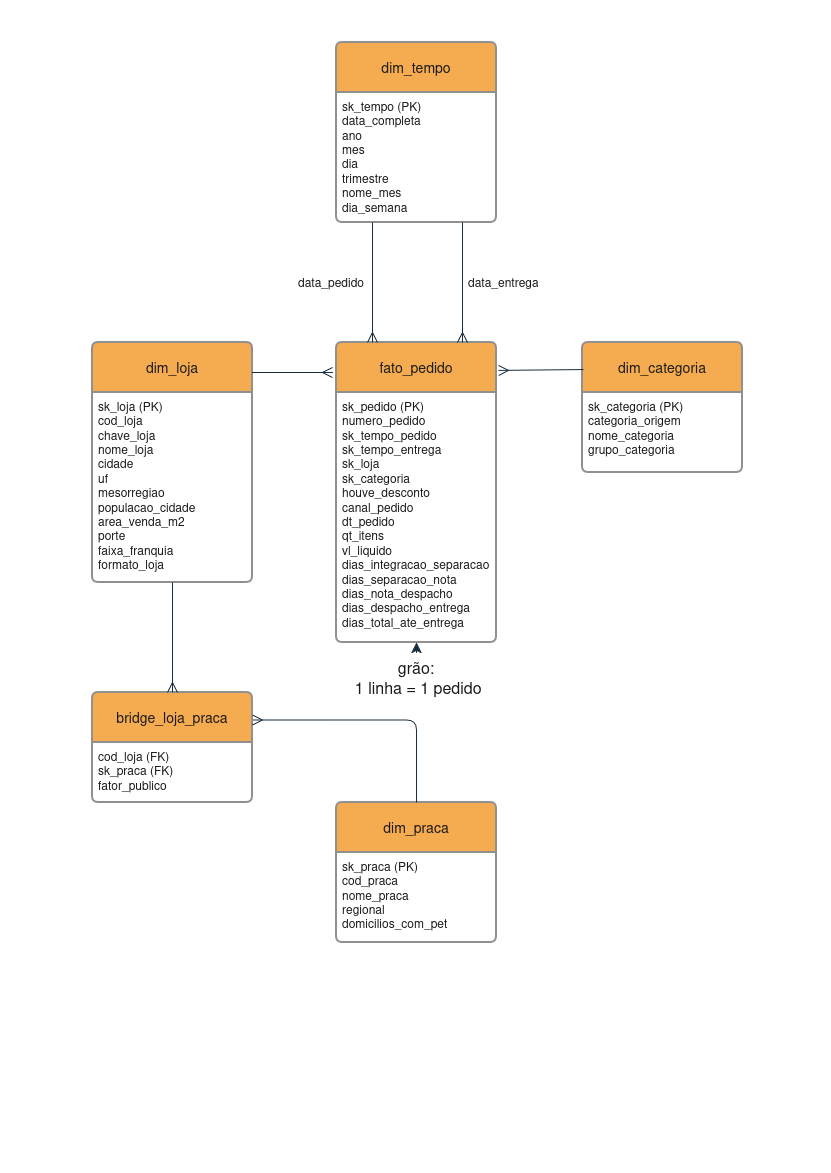
Before: diagrama/modelo_estrela.png, a diagram exported from draw.io (rodrigomaduell/pata-amiga-data-warehouse). Source tidied: cells renumbered, new cells last; positions are measured from the earlier drawing's top-left corner, leaving out a move shared by most shapes.
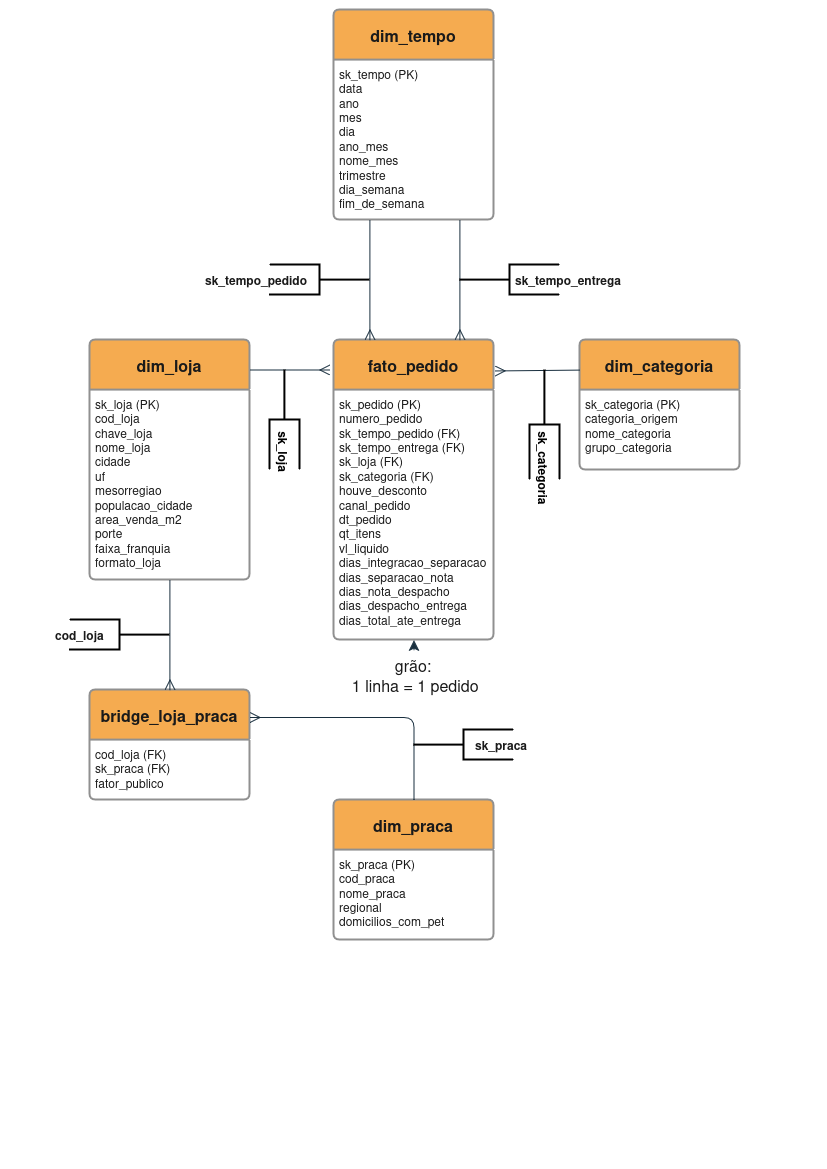
The same diagram one commit later.

Commit message:
docs: atualiza imagem no README

Change to the diagram source:
```diff
@@ -2,10 +2,10 @@
   <root>
     <mxCell id="0" />
     <mxCell id="1" parent="0" />
-    <mxCell id="2" value="fato_pedido" style="swimlane;horizontal=1;startSize=50;rounded=1;fontSize=14;fontStyle=0;strokeWidth=2;shadow=0;dashed=0;align=center;arcSize=4;whiteSpace=wrap;html=1;labelBackgroundColor=none;fillColor=#F5AB50;strokeColor=#909090;fontColor=#1A1A1A;" parent="1" vertex="1">
+    <mxCell id="2" value="&lt;font style=&quot;font-size: 16px;&quot;&gt;&lt;b&gt;fato_pedido&lt;/b&gt;&lt;/font&gt;" style="swimlane;horizontal=1;startSize=50;rounded=1;fontSize=14;fontStyle=0;strokeWidth=2;shadow=0;dashed=0;align=center;arcSize=4;whiteSpace=wrap;html=1;labelBackgroundColor=none;fillColor=#F5AB50;strokeColor=#909090;fontColor=#1A1A1A;" parent="1" vertex="1">
       <mxGeometry x="244" y="300" width="160" height="300" as="geometry" />
     </mxCell>
-    <mxCell id="3" value="&lt;div&gt;sk_pedido (PK)&lt;/div&gt;&lt;div&gt;numero_pedido&lt;/div&gt;&lt;div&gt;sk_tempo_pedido&lt;/div&gt;&lt;div&gt;sk_tempo_entrega&lt;/div&gt;&lt;div&gt;sk_loja&lt;/div&gt;&lt;div&gt;sk_categoria&lt;/div&gt;&lt;div&gt;houve_desconto&lt;/div&gt;&lt;div&gt;canal_pedido&lt;/div&gt;&lt;div&gt;dt_pedido&lt;/div&gt;&lt;div&gt;qt_itens&lt;/div&gt;&lt;div&gt;vl_liquido&lt;/div&gt;&lt;div&gt;dias_integracao_separacao&lt;/div&gt;&lt;div&gt;dias_separacao_nota&lt;/div&gt;&lt;div&gt;dias_nota_despacho&lt;/div&gt;&lt;div&gt;dias_despacho_entrega&lt;/div&gt;&lt;div&gt;dias_total_ate_entrega&lt;/div&gt;&lt;div&gt;&lt;br&gt;&lt;/div&gt;" style="align=left;strokeColor=none;fillColor=none;spacingLeft=4;spacingRight=4;fontSize=12;verticalAlign=top;html=1;whiteSpace=wrap;labelBackgroundColor=none;fontColor=#1A1A1A;rounded=1;" parent="2" vertex="1">
+    <mxCell id="3" value="&lt;div&gt;sk_pedido (PK)&lt;/div&gt;&lt;div&gt;numero_pedido&lt;/div&gt;&lt;div&gt;sk_tempo_pedido (FK)&lt;/div&gt;&lt;div&gt;sk_tempo_entrega (FK)&lt;/div&gt;&lt;div&gt;sk_loja (FK)&lt;/div&gt;&lt;div&gt;sk_categoria (FK)&lt;/div&gt;&lt;div&gt;houve_desconto&lt;/div&gt;&lt;div&gt;canal_pedido&lt;/div&gt;&lt;div&gt;dt_pedido&lt;/div&gt;&lt;div&gt;qt_itens&lt;/div&gt;&lt;div&gt;vl_liquido&lt;/div&gt;&lt;div&gt;dias_integracao_separacao&lt;/div&gt;&lt;div&gt;dias_separacao_nota&lt;/div&gt;&lt;div&gt;dias_nota_despacho&lt;/div&gt;&lt;div&gt;dias_despacho_entrega&lt;/div&gt;&lt;div&gt;dias_total_ate_entrega&lt;/div&gt;&lt;div&gt;&lt;br&gt;&lt;/div&gt;" style="align=left;strokeColor=none;fillColor=none;spacingLeft=4;spacingRight=4;fontSize=12;verticalAlign=top;html=1;whiteSpace=wrap;labelBackgroundColor=none;fontColor=#1A1A1A;rounded=1;" parent="2" vertex="1">
       <mxGeometry y="50" width="160" height="250" as="geometry" />
     </mxCell>
     <mxCell id="4" style="edgeStyle=none;curved=1;rounded=1;orthogonalLoop=1;jettySize=auto;html=1;exitX=0.5;exitY=1;exitDx=0;exitDy=0;fontSize=12;startSize=8;endSize=8;labelBackgroundColor=none;strokeColor=#182E3E;fontColor=default;" parent="2" edge="1" source="3" target="3">
@@ -14,31 +14,31 @@
     <mxCell id="5" style="edgeStyle=none;curved=1;rounded=1;orthogonalLoop=1;jettySize=auto;html=1;exitX=0.25;exitY=1;exitDx=0;exitDy=0;fontSize=12;startSize=8;endSize=8;labelBackgroundColor=none;strokeColor=#182E3E;fontColor=default;" parent="2" edge="1" source="3" target="3">
       <mxGeometry relative="1" as="geometry" />
     </mxCell>
-    <mxCell id="6" value="dim_tempo" style="swimlane;horizontal=1;startSize=50;rounded=1;fontSize=14;fontStyle=0;strokeWidth=2;shadow=0;dashed=0;align=center;arcSize=4;whiteSpace=wrap;html=1;labelBackgroundColor=none;fillColor=#F5AB50;strokeColor=#909090;fontColor=#1A1A1A;" parent="1" vertex="1">
-      <mxGeometry x="244" width="160" height="180" as="geometry" />
+    <mxCell id="6" value="&lt;font style=&quot;font-size: 16px;&quot;&gt;&lt;b&gt;dim_tempo&lt;/b&gt;&lt;/font&gt;" style="swimlane;horizontal=1;startSize=50;rounded=1;fontSize=14;fontStyle=0;strokeWidth=2;shadow=0;dashed=0;align=center;arcSize=4;whiteSpace=wrap;html=1;labelBackgroundColor=none;fillColor=#F5AB50;strokeColor=#909090;fontColor=#1A1A1A;" parent="1" vertex="1">
+      <mxGeometry x="244" y="-30" width="160" height="210" as="geometry" />
     </mxCell>
-    <mxCell id="7" value="&lt;div&gt;sk_tempo (PK)&lt;/div&gt;&lt;div&gt;data_completa&lt;/div&gt;&lt;div&gt;ano&lt;/div&gt;&lt;div&gt;mes&lt;/div&gt;&lt;div&gt;dia&lt;/div&gt;&lt;div&gt;trimestre&lt;/div&gt;&lt;div&gt;nome_mes&lt;/div&gt;&lt;div&gt;dia_semana&lt;/div&gt;" style="align=left;strokeColor=none;fillColor=none;spacingLeft=4;spacingRight=4;fontSize=12;verticalAlign=top;html=1;whiteSpace=wrap;labelBackgroundColor=none;fontColor=#1A1A1A;rounded=1;" parent="6" vertex="1">
-      <mxGeometry y="50" width="160" height="130" as="geometry" />
+    <mxCell id="7" value="&lt;div&gt;sk_tempo (PK)&lt;/div&gt;&lt;div&gt;data&lt;/div&gt;&lt;div&gt;ano&lt;/div&gt;&lt;div&gt;mes&lt;/div&gt;&lt;div&gt;dia&lt;/div&gt;&lt;div&gt;ano_mes&lt;/div&gt;&lt;div&gt;nome_mes&lt;/div&gt;&lt;div&gt;trimestre&lt;/div&gt;&lt;div&gt;dia_semana&lt;/div&gt;&lt;div&gt;fim_de_semana&lt;/div&gt;&lt;div&gt;&lt;br&gt;&lt;/div&gt;" style="align=left;strokeColor=none;fillColor=none;spacingLeft=4;spacingRight=4;fontSize=12;verticalAlign=top;html=1;whiteSpace=wrap;labelBackgroundColor=none;fontColor=#1A1A1A;rounded=1;" parent="6" vertex="1">
+      <mxGeometry y="50" width="160" height="160" as="geometry" />
     </mxCell>
-    <mxCell id="8" value="dim_loja" style="swimlane;horizontal=1;startSize=50;rounded=1;fontSize=14;fontStyle=0;strokeWidth=2;shadow=0;dashed=0;align=center;arcSize=4;whiteSpace=wrap;html=1;labelBackgroundColor=none;fillColor=#F5AB50;strokeColor=#909090;fontColor=#1A1A1A;" parent="1" vertex="1">
+    <mxCell id="8" value="&lt;font style=&quot;font-size: 16px;&quot;&gt;&lt;b&gt;dim_loja&lt;/b&gt;&lt;/font&gt;" style="swimlane;horizontal=1;startSize=50;rounded=1;fontSize=14;fontStyle=0;strokeWidth=2;shadow=0;dashed=0;align=center;arcSize=4;whiteSpace=wrap;html=1;labelBackgroundColor=none;fillColor=#F5AB50;strokeColor=#909090;fontColor=#1A1A1A;" parent="1" vertex="1">
       <mxGeometry y="300" width="160" height="240" as="geometry" />
     </mxCell>
     <mxCell id="9" value="&lt;div&gt;sk_loja (PK)&lt;/div&gt;&lt;div&gt;cod_loja&lt;/div&gt;&lt;div&gt;chave_loja&lt;/div&gt;&lt;div&gt;nome_loja&lt;/div&gt;&lt;div&gt;cidade&lt;/div&gt;&lt;div&gt;uf&lt;/div&gt;&lt;div&gt;mesorregiao&lt;/div&gt;&lt;div&gt;populacao_cidade&lt;/div&gt;&lt;div&gt;area_venda_m2&lt;/div&gt;&lt;div&gt;porte&lt;/div&gt;&lt;div&gt;faixa_franquia&lt;/div&gt;&lt;div&gt;formato_loja&lt;/div&gt;" style="align=left;strokeColor=none;fillColor=none;spacingLeft=4;spacingRight=4;fontSize=12;verticalAlign=top;html=1;whiteSpace=wrap;labelBackgroundColor=none;fontColor=#1A1A1A;rounded=1;" parent="8" vertex="1">
       <mxGeometry y="50" width="160" height="190" as="geometry" />
     </mxCell>
-    <mxCell id="10" value="dim_categoria" style="swimlane;horizontal=1;startSize=50;rounded=1;fontSize=14;fontStyle=0;strokeWidth=2;shadow=0;dashed=0;align=center;arcSize=4;whiteSpace=wrap;html=1;labelBackgroundColor=none;fillColor=#F5AB50;strokeColor=#909090;fontColor=#1A1A1A;" parent="1" vertex="1">
+    <mxCell id="10" value="&lt;font style=&quot;font-size: 16px;&quot;&gt;&lt;b&gt;dim_categoria&lt;/b&gt;&lt;/font&gt;" style="swimlane;horizontal=1;startSize=50;rounded=1;fontSize=14;fontStyle=0;strokeWidth=2;shadow=0;dashed=0;align=center;arcSize=4;whiteSpace=wrap;html=1;labelBackgroundColor=none;fillColor=#F5AB50;strokeColor=#909090;fontColor=#1A1A1A;" parent="1" vertex="1">
       <mxGeometry x="490" y="300" width="160" height="130" as="geometry" />
     </mxCell>
     <mxCell id="11" value="&lt;div&gt;sk_categoria (PK)&lt;/div&gt;&lt;div&gt;categoria_origem&lt;/div&gt;&lt;div&gt;nome_categoria&lt;/div&gt;&lt;div&gt;grupo_categoria&lt;/div&gt;" style="align=left;strokeColor=none;fillColor=none;spacingLeft=4;spacingRight=4;fontSize=12;verticalAlign=top;html=1;whiteSpace=wrap;labelBackgroundColor=none;fontColor=#1A1A1A;rounded=1;" parent="10" vertex="1">
       <mxGeometry y="50" width="160" height="80" as="geometry" />
     </mxCell>
-    <mxCell id="12" value="dim_praca" style="swimlane;horizontal=1;startSize=50;rounded=1;fontSize=14;fontStyle=0;strokeWidth=2;shadow=0;dashed=0;align=center;arcSize=4;whiteSpace=wrap;html=1;labelBackgroundColor=none;fillColor=#F5AB50;strokeColor=#909090;fontColor=#1A1A1A;" parent="1" vertex="1">
+    <mxCell id="12" value="&lt;font style=&quot;font-size: 16px;&quot;&gt;&lt;b&gt;dim_praca&lt;/b&gt;&lt;/font&gt;" style="swimlane;horizontal=1;startSize=50;rounded=1;fontSize=14;fontStyle=0;strokeWidth=2;shadow=0;dashed=0;align=center;arcSize=4;whiteSpace=wrap;html=1;labelBackgroundColor=none;fillColor=#F5AB50;strokeColor=#909090;fontColor=#1A1A1A;" parent="1" vertex="1">
       <mxGeometry x="244" y="760" width="160" height="140" as="geometry" />
     </mxCell>
     <mxCell id="13" value="&lt;div&gt;sk_praca (PK)&lt;/div&gt;&lt;div&gt;cod_praca&lt;/div&gt;&lt;div&gt;nome_praca&lt;/div&gt;&lt;div&gt;regional&lt;/div&gt;&lt;div&gt;domicilios_com_pet&lt;/div&gt;" style="align=left;strokeColor=none;fillColor=none;spacingLeft=4;spacingRight=4;fontSize=12;verticalAlign=top;html=1;whiteSpace=wrap;labelBackgroundColor=none;fontColor=#1A1A1A;rounded=1;" parent="12" vertex="1">
       <mxGeometry y="50" width="160" height="90" as="geometry" />
     </mxCell>
-    <mxCell id="14" value="bridge_loja_praca" style="swimlane;horizontal=1;startSize=50;rounded=1;fontSize=14;fontStyle=0;strokeWidth=2;shadow=0;dashed=0;align=center;arcSize=4;whiteSpace=wrap;html=1;labelBackgroundColor=none;fillColor=#F5AB50;strokeColor=#909090;fontColor=#1A1A1A;" parent="1" vertex="1">
+    <mxCell id="14" value="&lt;font style=&quot;font-size: 16px;&quot;&gt;&lt;b&gt;bridge_loja_praca&lt;/b&gt;&lt;/font&gt;" style="swimlane;horizontal=1;startSize=50;rounded=1;fontSize=14;fontStyle=0;strokeWidth=2;shadow=0;dashed=0;align=center;arcSize=4;whiteSpace=wrap;html=1;labelBackgroundColor=none;fillColor=#F5AB50;strokeColor=#909090;fontColor=#1A1A1A;" parent="1" vertex="1">
       <mxGeometry y="650" width="160" height="110" as="geometry" />
     </mxCell>
     <mxCell id="15" value="&lt;div&gt;cod_loja (FK)&lt;/div&gt;&lt;div&gt;sk_praca (FK)&lt;/div&gt;&lt;div&gt;fator_publico&lt;/div&gt;" style="align=left;strokeColor=none;fillColor=none;spacingLeft=4;spacingRight=4;fontSize=12;verticalAlign=top;html=1;whiteSpace=wrap;labelBackgroundColor=none;fontColor=#1A1A1A;rounded=1;" parent="14" vertex="1">
@@ -62,21 +62,21 @@
         <mxPoint x="280" y="300" as="targetPoint" />
       </mxGeometry>
     </mxCell>
-    <mxCell id="19" style="fontSize=12;html=1;endArrow=ERmany;rounded=1;startSize=8;endSize=8;entryX=1.013;entryY=0.093;entryDx=0;entryDy=0;entryPerimeter=0;exitX=0.006;exitY=0.208;exitDx=0;exitDy=0;exitPerimeter=0;labelBackgroundColor=none;strokeColor=#182E3E;fontColor=default;" parent="1" edge="1" source="10" target="2">
-      <mxGeometry relative="1" as="geometry" />
+    <mxCell id="19" style="fontSize=12;html=1;endArrow=ERmany;rounded=1;startSize=8;endSize=8;entryX=1.013;entryY=0.093;entryDx=0;entryDy=0;entryPerimeter=0;exitX=0.006;exitY=0.208;exitDx=0;exitDy=0;exitPerimeter=0;labelBackgroundColor=none;strokeColor=#182E3E;fontColor=default;" parent="1" edge="1">
+      <mxGeometry relative="1" as="geometry">
+        <mxPoint x="490" y="330" as="sourcePoint" />
+        <mxPoint x="405.1" y="330.9" as="targetPoint" />
+      </mxGeometry>
     </mxCell>
     <mxCell id="20" style="fontSize=12;html=1;endArrow=ERmany;rounded=1;startSize=8;endSize=8;exitX=0.5;exitY=1;exitDx=0;exitDy=0;entryX=0.5;entryY=0;entryDx=0;entryDy=0;labelBackgroundColor=none;strokeColor=#182E3E;fontColor=default;" parent="1" edge="1" source="9" target="14">
       <mxGeometry relative="1" as="geometry" />
     </mxCell>
-    <mxCell id="21" value="data_pedido" style="text;strokeColor=none;fillColor=none;align=left;verticalAlign=middle;spacingLeft=4;spacingRight=4;overflow=hidden;whiteSpace=wrap;html=1;labelBackgroundColor=none;fontColor=#1A1A1A;rounded=1;" parent="1" vertex="1">
-      <mxGeometry x="200" y="230" width="80" height="20" as="geometry" />
+    <mxCell id="21" value="&lt;div&gt;sk_tempo_pedido&lt;/div&gt;" style="text;strokeColor=none;fillColor=none;align=left;verticalAlign=middle;spacingLeft=4;spacingRight=4;overflow=hidden;whiteSpace=wrap;html=1;labelBackgroundColor=none;fontColor=#1A1A1A;rounded=1;fontStyle=1;" parent="1" vertex="1">
+      <mxGeometry x="110" y="230" width="120" height="20" as="geometry" />
     </mxCell>
-    <mxCell id="22" value="data_entrega" style="text;strokeColor=none;fillColor=none;align=left;verticalAlign=middle;spacingLeft=4;spacingRight=4;overflow=hidden;whiteSpace=wrap;html=1;labelBackgroundColor=none;fontColor=#1A1A1A;rounded=1;" parent="1" vertex="1">
-      <mxGeometry x="370" y="225" width="80" height="30" as="geometry" />
+    <mxCell id="22" value="sk_tempo_entrega" style="text;strokeColor=none;fillColor=none;align=left;verticalAlign=middle;spacingLeft=4;spacingRight=4;overflow=hidden;whiteSpace=wrap;html=1;labelBackgroundColor=none;fontColor=#1A1A1A;rounded=1;strokeWidth=1;fontStyle=1;" parent="1" vertex="1">
+      <mxGeometry x="420" y="225" width="120" height="30" as="geometry" />
     </mxCell>
-    <mxCell id="23" style="fontSize=12;html=1;endArrow=ERmany;rounded=1;startSize=8;endSize=8;exitX=0.5;exitY=0;exitDx=0;exitDy=0;entryX=1;entryY=0.25;entryDx=0;entryDy=0;edgeStyle=orthogonalEdgeStyle;labelBackgroundColor=none;strokeColor=#182E3E;fontColor=default;" parent="1" edge="1" source="12" target="14">
-      <mxGeometry relative="1" as="geometry" />
-    </mxCell>
     <mxCell id="24" style="edgeStyle=none;curved=1;rounded=1;jettySize=auto;html=1;entryX=0.5;entryY=1;entryDx=0;entryDy=0;fontSize=12;startSize=8;endSize=8;labelBackgroundColor=none;strokeColor=#182E3E;fontColor=default;" parent="1" edge="1" source="25" target="3">
       <mxGeometry relative="1" as="geometry" />
     </mxCell>
@@ -86,5 +86,38 @@
     <mxCell id="26" style="edgeStyle=none;curved=1;rounded=1;orthogonalLoop=1;jettySize=auto;html=1;entryX=0.5;entryY=0;entryDx=0;entryDy=0;fontSize=12;startSize=8;endSize=8;labelBackgroundColor=none;strokeColor=#182E3E;fontColor=default;" parent="1" edge="1" source="25" target="25">
       <mxGeometry relative="1" as="geometry" />
     </mxCell>
+    <mxCell id="23" style="fontSize=12;html=1;endArrow=ERmany;rounded=1;startSize=8;endSize=8;exitX=0.5;exitY=0;exitDx=0;exitDy=0;entryX=1;entryY=0.25;entryDx=0;entryDy=0;labelBackgroundColor=none;strokeColor=#182E3E;fontColor=default;edgeStyle=orthogonalEdgeStyle;" parent="1" edge="1" source="12" target="14">
+      <mxGeometry relative="1" as="geometry" />
+    </mxCell>
+    <mxCell id="27" style="strokeWidth=2;html=1;shape=mxgraph.flowchart.annotation_2;align=left;labelPosition=right;" parent="1" vertex="1">
+      <mxGeometry x="370" y="225" width="100" height="30" as="geometry" />
+    </mxCell>
+    <mxCell id="28" style="strokeWidth=2;html=1;shape=mxgraph.flowchart.annotation_2;align=left;labelPosition=right;rotation=-180;" parent="1" vertex="1">
+      <mxGeometry x="180" y="225" width="100" height="30" as="geometry" />
+    </mxCell>
+    <mxCell id="29" style="strokeWidth=2;html=1;shape=mxgraph.flowchart.annotation_2;align=left;labelPosition=right;rotation=90;" parent="1" vertex="1">
+      <mxGeometry x="145" y="365" width="100" height="30" as="geometry" />
+    </mxCell>
+    <mxCell id="30" value="&lt;div align=&quot;left&quot;&gt;&lt;font&gt;sk_loja&lt;/font&gt;&lt;/div&gt;" style="text;html=1;whiteSpace=wrap;strokeColor=none;fillColor=none;align=left;verticalAlign=middle;rounded=0;fontSize=12;rotation=90;fontStyle=1;" parent="1" vertex="1">
+      <mxGeometry x="165" y="405" width="60" height="30" as="geometry" />
+    </mxCell>
+    <mxCell id="31" style="strokeWidth=2;html=1;shape=mxgraph.flowchart.annotation_2;align=left;labelPosition=right;rotation=90;" parent="1" vertex="1">
+      <mxGeometry x="400" y="370" width="110" height="30" as="geometry" />
+    </mxCell>
+    <mxCell id="32" value="sk_categoria" style="text;html=1;whiteSpace=wrap;strokeColor=none;fillColor=none;align=left;verticalAlign=middle;rounded=0;fontSize=12;rotation=90;fontStyle=1;" parent="1" vertex="1">
+      <mxGeometry x="415" y="415" width="80" height="30" as="geometry" />
+    </mxCell>
+    <mxCell id="33" style="strokeWidth=2;html=1;shape=mxgraph.flowchart.annotation_2;align=left;labelPosition=right;rotation=-180;" parent="1" vertex="1">
+      <mxGeometry x="-20" y="580" width="100" height="30" as="geometry" />
+    </mxCell>
+    <mxCell id="34" value="cod_loja" style="text;strokeColor=none;fillColor=none;align=left;verticalAlign=middle;spacingLeft=4;spacingRight=4;overflow=hidden;whiteSpace=wrap;html=1;labelBackgroundColor=none;fontColor=#1A1A1A;rounded=1;fontStyle=1;" parent="1" vertex="1">
+      <mxGeometry x="-40" y="585" width="70" height="20" as="geometry" />
+    </mxCell>
+    <mxCell id="35" style="strokeWidth=2;html=1;shape=mxgraph.flowchart.annotation_2;align=left;labelPosition=right;" parent="1" vertex="1">
+      <mxGeometry x="324" y="690" width="100" height="30" as="geometry" />
+    </mxCell>
+    <mxCell id="36" value="sk_praca" style="text;strokeColor=none;fillColor=none;align=left;verticalAlign=middle;spacingLeft=4;spacingRight=4;overflow=hidden;whiteSpace=wrap;html=1;labelBackgroundColor=none;fontColor=#1A1A1A;rounded=1;strokeWidth=1;fontStyle=1;" parent="1" vertex="1">
+      <mxGeometry x="380" y="690" width="70" height="30" as="geometry" />
+    </mxCell>
   </root>
 </mxGraphModel>
```
